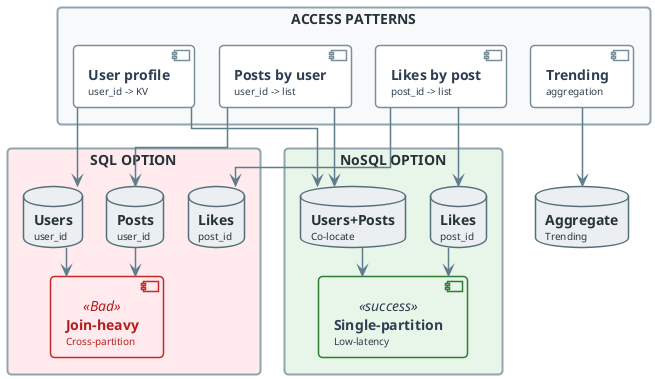
Above: diagrams/week02/week2_practice_slide18_architecture.png in OrPerets/data-engineering-course (PlantUML), before the change.
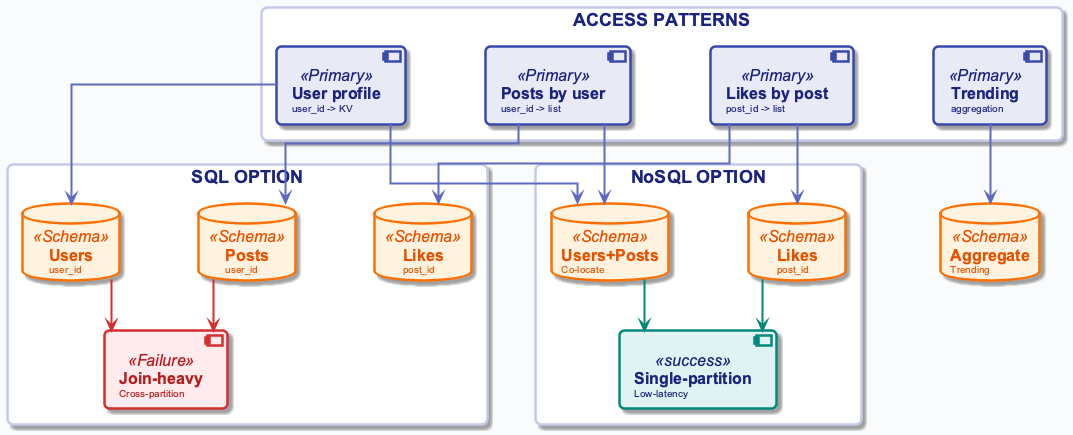
The same file after the commit.

Diff of the diagram source:
```diff
@@ -1,162 +1,45 @@
 @startuml
+!include ../_template_styles.puml
+top to bottom direction
 
-top to bottom direction
-skinparam linetype ortho
-skinparam shadowing false
-skinparam roundcorner 8
-skinparam handwritten false
-skinparam nodesep 24
-skinparam ranksep 28
-
-skinparam defaultFontName "Segoe UI, Helvetica, sans-serif"
-skinparam defaultFontSize 16
-skinparam defaultFontColor #2C3E50
-
-skinparam rectangle {
-    BackgroundColor #F8F9FA
-    BorderColor #90A4AE
-    BorderThickness 2
-    FontColor #263238
-    FontSize 14
-    FontStyle bold
-    Padding 20
-}
-
-skinparam component {
-    BackgroundColor #FFFFFF
-    BorderColor #78909C
-    BorderThickness 1.5
-    FontSize 14
-    Padding 12
-}
-
-skinparam database {
-    BackgroundColor #ECEFF1
-    BorderColor #546E7A
-    BorderThickness 1.5
-    FontSize 14
-    FontColor #263238
-}
-
-skinparam arrow {
-    Color #607D8B
-    Thickness 1.5
-    FontSize 11
-    FontColor #546E7A
-}
-
-skinparam component<<UI>> {
-    BorderColor #8E24AA
-    BackgroundColor #F3E5F5
-    FontColor #4A148C
-}
-
-skinparam component<<Agent>> {
-    BorderColor #0288D1
-    BackgroundColor #E1F5FE
-    FontColor #01579B
-}
-
-skinparam component<<Tool>> {
-    BorderColor #2E7D32
-    BackgroundColor #E8F5E9
-    FontColor #1B5E20
-}
-
-skinparam component<<Config>> {
-    BorderColor #F57C00
-    BackgroundColor #FFF3E0
-    FontColor #E65100
-}
-
-skinparam component<<Bad>> {
-    BorderColor #C62828
-    BackgroundColor #FFEBEE
-    FontColor #B71C1C
-}
-
-skinparam component<<V1>> {
-    BorderColor #F57C00
-    BackgroundColor #FFF3E0
-    FontColor #E65100
-}
-
-skinparam component<<V2>> {
-    BorderColor #2E7D32
-    BackgroundColor #E8F5E9
-    FontColor #1B5E20
-}
-
-skinparam component<<up>> {
-    BackgroundColor #E8F5E9
-    BorderColor #2E7D32
-}
-
-skinparam component<<down>> {
-    BackgroundColor #FFEBEE
-    BorderColor #C62828
-}
-
-skinparam database<<up>> {
-    BackgroundColor #E8F5E9
-    BorderColor #2E7D32
-}
-
-skinparam database<<down>> {
-    BackgroundColor #FFEBEE
-    BorderColor #C62828
-}
-
-skinparam component<<success>> {
-    BackgroundColor #E8F5E9
-    BorderColor #2E7D32
-}
-
-skinparam component<<failure>> {
-    BackgroundColor #FFEBEE
-    BorderColor #C62828
-}
-
-
-
-rectangle "ACCESS PATTERNS" #F8F9FA {
-    component "**User profile**\n<size:10>user_id -> KV</size>" as AP1
-    component "**Posts by user**\n<size:10>user_id -> list</size>" as AP2
-    component "**Likes by post**\n<size:10>post_id -> list</size>" as AP3
-    component "**Trending**\n<size:10>aggregation</size>" as AP4
+rectangle "ACCESS PATTERNS" #FFFFFF {
+    component "**User profile**\n<size:10>user_id -> KV</size>" as AP1 <<Primary>>
+    component "**Posts by user**\n<size:10>user_id -> list</size>" as AP2 <<Primary>>
+    component "**Likes by post**\n<size:10>post_id -> list</size>" as AP3 <<Primary>>
+    component "**Trending**\n<size:10>aggregation</size>" as AP4 <<Primary>>
     AP1 -[hidden]right- AP2
     AP2 -[hidden]right- AP3
     AP3 -[hidden]right- AP4
 }
 
-rectangle "SQL OPTION" #FFEBEE {
-    database "**Users**\n<size:10>user_id</size>" as USQL
-    database "**Posts**\n<size:10>user_id</size>" as PSQL
-    database "**Likes**\n<size:10>post_id</size>" as LSQL
-    component "**Join-heavy**\n<size:10>Cross-partition</size>" as SQLJOIN <<Bad>>
+rectangle "SQL OPTION" #FFFFFF {
+    database "**Users**\n<size:10>user_id</size>" as USQL <<Schema>>
+    database "**Posts**\n<size:10>user_id</size>" as PSQL <<Schema>>
+    database "**Likes**\n<size:10>post_id</size>" as LSQL <<Schema>>
+    component "**Join-heavy**\n<size:10>Cross-partition</size>" as SQLJOIN <<Failure>>
     USQL -[hidden]right- PSQL
     PSQL -[hidden]right- LSQL
 }
 
-rectangle "NoSQL OPTION" #E8F5E9 {
-    database "**Users+Posts**\n<size:10>Co-locate</size>" as UNOSQL
-    database "**Likes**\n<size:10>post_id</size>" as LNOSQL
+rectangle "NoSQL OPTION" #FFFFFF {
+    database "**Users+Posts**\n<size:10>Co-locate</size>" as UNOSQL <<Schema>>
+    database "**Likes**\n<size:10>post_id</size>" as LNOSQL <<Schema>>
     component "**Single-partition**\n<size:10>Low-latency</size>" as NOSQLFAST <<success>>
     UNOSQL -[hidden]right- LNOSQL
 }
 
-database "**Aggregate**\n<size:10>Trending</size>" as AGG
+database "**Aggregate**\n<size:10>Trending</size>" as AGG <<Schema>>
 
-AP1 -down-> USQL
-AP1 -down-> UNOSQL
-AP2 -down-> PSQL
-AP2 -down-> UNOSQL
-AP3 -down-> LSQL
-AP3 -down-> LNOSQL
-AP4 -down-> AGG
-USQL -down-> SQLJOIN
-PSQL -down-> SQLJOIN
-UNOSQL -down-> NOSQLFAST
-LNOSQL -down-> NOSQLFAST
+AP1 -down[#5C6BC0,thickness=2]-> USQL
+AP1 -down[#5C6BC0,thickness=2]-> UNOSQL
+AP2 -down[#5C6BC0,thickness=2]-> PSQL
+AP2 -down[#5C6BC0,thickness=2]-> UNOSQL
+AP3 -down[#5C6BC0,thickness=2]-> LSQL
+AP3 -down[#5C6BC0,thickness=2]-> LNOSQL
+AP4 -down[#5C6BC0,thickness=2]-> AGG
+USQL -down[#D32F2F,thickness=2]-> SQLJOIN
+PSQL -down[#D32F2F,thickness=2]-> SQLJOIN
+UNOSQL -down[#00897B,thickness=2]-> NOSQLFAST
+LNOSQL -down[#00897B,thickness=2]-> NOSQLFAST
 
 @enduml
```
